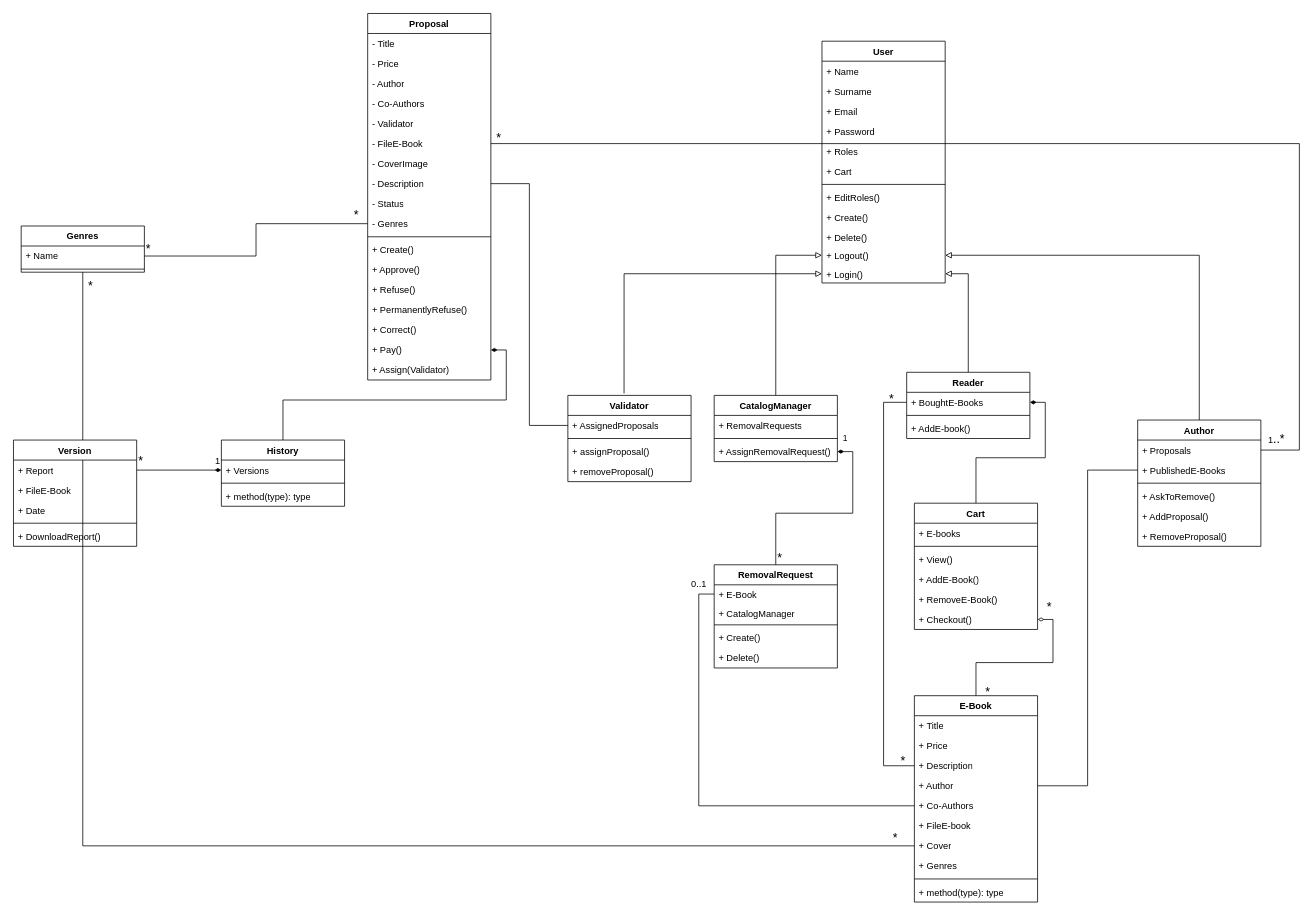
Before: Deliverables/ClassDiagram.drawio in Dabi1290/BookVerse, a draw.io diagram. Source tidied: cells renumbered, new cells numbered last; positions are measured from the earlier drawing's top-left corner, leaving out a move shared by most shapes. Both pictures are drawn from the tidied source at 77%, with x=0, y=0 at pixel (13, 13).
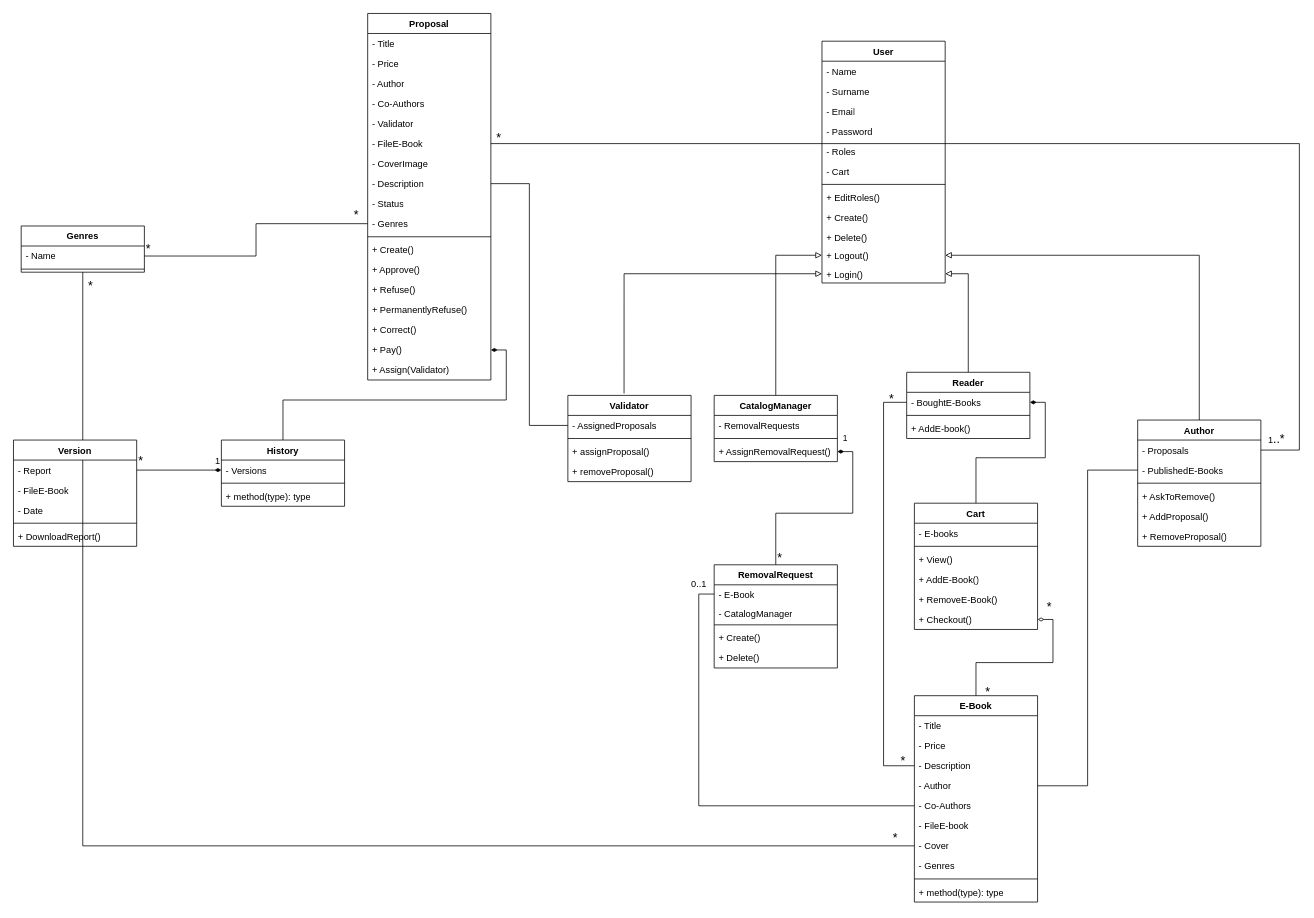
After the change.

The change refers to these unchanged cells:
```xml
<mxCell id="21" value="History" style="swimlane;fontStyle=1;align=center;verticalAlign=top;horizontal=1;startSize=26;whiteSpace=wrap;html=1;" parent="1" vertex="1">
  <mxGeometry x="270" y="554" width="160" height="86" as="geometry" />
</mxCell>
<mxCell id="25" value="Cart" style="swimlane;fontStyle=1;align=center;verticalAlign=top;horizontal=1;startSize=26;whiteSpace=wrap;html=1;" parent="1" vertex="1">
  <mxGeometry x="1170" y="636" width="160" height="164" as="geometry" />
</mxCell>
<mxCell id="32" value="E-Book" style="swimlane;fontStyle=1;align=center;verticalAlign=top;horizontal=1;startSize=26;whiteSpace=wrap;html=1;" parent="1" vertex="1">
  <mxGeometry x="1170" y="886" width="160" height="268" as="geometry" />
</mxCell>
<mxCell id="43" value="RemovalRequest" style="swimlane;fontStyle=1;align=center;verticalAlign=top;horizontal=1;startSize=26;whiteSpace=wrap;html=1;" parent="1" vertex="1">
  <mxGeometry x="910" y="716" width="160" height="134" as="geometry" />
</mxCell>
<mxCell id="50" value="Genres" style="swimlane;fontStyle=1;align=center;verticalAlign=top;horizontal=1;startSize=26;whiteSpace=wrap;html=1;" parent="1" vertex="1">
  <mxGeometry x="10" y="276" width="160" height="60" as="geometry" />
</mxCell>
<mxCell id="53" value="Version" style="swimlane;fontStyle=1;align=center;verticalAlign=top;horizontal=1;startSize=26;whiteSpace=wrap;html=1;" parent="1" vertex="1">
  <mxGeometry y="554" width="160" height="138" as="geometry" />
</mxCell>
<mxCell id="59" value="User" style="swimlane;fontStyle=1;align=center;verticalAlign=top;horizontal=1;startSize=26;whiteSpace=wrap;html=1;" parent="1" vertex="1">
  <mxGeometry x="1050" y="36" width="160" height="314" as="geometry" />
</mxCell>
<mxCell id="77" value="Validator" style="swimlane;fontStyle=1;align=center;verticalAlign=top;horizontal=1;startSize=26;whiteSpace=wrap;html=1;" parent="1" vertex="1">
  <mxGeometry x="720" y="496" width="160" height="112" as="geometry" />
</mxCell>
<mxCell id="82" value="Reader" style="swimlane;fontStyle=1;align=center;verticalAlign=top;horizontal=1;startSize=26;whiteSpace=wrap;html=1;" parent="1" vertex="1">
  <mxGeometry x="1160" y="466" width="160" height="86" as="geometry" />
</mxCell>
<mxCell id="86" value="Author" style="swimlane;fontStyle=1;align=center;verticalAlign=top;horizontal=1;startSize=26;whiteSpace=wrap;html=1;" parent="1" vertex="1">
  <mxGeometry x="1460" y="528" width="160" height="164" as="geometry" />
</mxCell>
<mxCell id="94" value="CatalogManager" style="swimlane;fontStyle=1;align=center;verticalAlign=top;horizontal=1;startSize=26;whiteSpace=wrap;html=1;" parent="1" vertex="1">
  <mxGeometry x="910" y="496" width="160" height="86" as="geometry" />
</mxCell>
```

The edit, as a diff of the source:
```diff
@@
-    <mxCell id="22" value="+ Versions" style="text;strokeColor=none;fillColor=none;align=left;verticalAlign=top;spacingLeft=4;spacingRight=4;overflow=hidden;points=[[0,0.5],[1,0.5]];portConstraint=eastwest;whiteSpace=wrap;html=1;" parent="21" vertex="1">
+    <mxCell id="22" value="- Versions" style="text;strokeColor=none;fillColor=none;align=left;verticalAlign=top;spacingLeft=4;spacingRight=4;overflow=hidden;points=[[0,0.5],[1,0.5]];portConstraint=eastwest;whiteSpace=wrap;html=1;" parent="21" vertex="1">
       <mxGeometry y="26" width="160" height="26" as="geometry" />
     </mxCell>
@@
-    <mxCell id="26" value="+ E-books" style="text;strokeColor=none;fillColor=none;align=left;verticalAlign=top;spacingLeft=4;spacingRight=4;overflow=hidden;whiteSpace=wrap;html=1;" parent="25" vertex="1">
+    <mxCell id="26" value="- E-books" style="text;strokeColor=none;fillColor=none;align=left;verticalAlign=top;spacingLeft=4;spacingRight=4;overflow=hidden;whiteSpace=wrap;html=1;" parent="25" vertex="1">
       <mxGeometry y="26" width="160" height="26" as="geometry" />
     </mxCell>
@@
-    <mxCell id="33" value="+ Title" style="text;strokeColor=none;fillColor=none;align=left;verticalAlign=top;spacingLeft=4;spacingRight=4;overflow=hidden;whiteSpace=wrap;html=1;" parent="32" vertex="1">
+    <mxCell id="33" value="- Title" style="text;strokeColor=none;fillColor=none;align=left;verticalAlign=top;spacingLeft=4;spacingRight=4;overflow=hidden;whiteSpace=wrap;html=1;" parent="32" vertex="1">
       <mxGeometry y="26" width="160" height="26" as="geometry" />
     </mxCell>
-    <mxCell id="34" value="+ Price" style="text;strokeColor=none;fillColor=none;align=left;verticalAlign=top;spacingLeft=4;spacingRight=4;overflow=hidden;whiteSpace=wrap;html=1;" parent="32" vertex="1">
+    <mxCell id="34" value="- Price" style="text;strokeColor=none;fillColor=none;align=left;verticalAlign=top;spacingLeft=4;spacingRight=4;overflow=hidden;whiteSpace=wrap;html=1;" parent="32" vertex="1">
       <mxGeometry y="52" width="160" height="26" as="geometry" />
     </mxCell>
-    <mxCell id="35" value="+ Description" style="text;strokeColor=none;fillColor=none;align=left;verticalAlign=top;spacingLeft=4;spacingRight=4;overflow=hidden;points=[[0,0.5],[1,0.5]];portConstraint=eastwest;whiteSpace=wrap;html=1;" parent="32" vertex="1">
+    <mxCell id="35" value="- Description" style="text;strokeColor=none;fillColor=none;align=left;verticalAlign=top;spacingLeft=4;spacingRight=4;overflow=hidden;points=[[0,0.5],[1,0.5]];portConstraint=eastwest;whiteSpace=wrap;html=1;" parent="32" vertex="1">
       <mxGeometry y="78" width="160" height="26" as="geometry" />
     </mxCell>
-    <mxCell id="36" value="+ Author" style="text;strokeColor=none;fillColor=none;align=left;verticalAlign=top;spacingLeft=4;spacingRight=4;overflow=hidden;points=[[0,0.5],[1,0.5]];portConstraint=eastwest;whiteSpace=wrap;html=1;" parent="32" vertex="1">
+    <mxCell id="36" value="- Author" style="text;strokeColor=none;fillColor=none;align=left;verticalAlign=top;spacingLeft=4;spacingRight=4;overflow=hidden;points=[[0,0.5],[1,0.5]];portConstraint=eastwest;whiteSpace=wrap;html=1;" parent="32" vertex="1">
       <mxGeometry y="104" width="160" height="26" as="geometry" />
     </mxCell>
-    <mxCell id="37" value="+ Co-Authors" style="text;strokeColor=none;fillColor=none;align=left;verticalAlign=top;spacingLeft=4;spacingRight=4;overflow=hidden;points=[[0,0.5],[1,0.5]];portConstraint=eastwest;whiteSpace=wrap;html=1;" parent="32" vertex="1">
+    <mxCell id="37" value="- Co-Authors" style="text;strokeColor=none;fillColor=none;align=left;verticalAlign=top;spacingLeft=4;spacingRight=4;overflow=hidden;points=[[0,0.5],[1,0.5]];portConstraint=eastwest;whiteSpace=wrap;html=1;" parent="32" vertex="1">
       <mxGeometry y="130" width="160" height="26" as="geometry" />
     </mxCell>
-    <mxCell id="38" value="+ FileE-book" style="text;strokeColor=none;fillColor=none;align=left;verticalAlign=top;spacingLeft=4;spacingRight=4;overflow=hidden;whiteSpace=wrap;html=1;" parent="32" vertex="1">
+    <mxCell id="38" value="- FileE-book" style="text;strokeColor=none;fillColor=none;align=left;verticalAlign=top;spacingLeft=4;spacingRight=4;overflow=hidden;whiteSpace=wrap;html=1;" parent="32" vertex="1">
       <mxGeometry y="156" width="160" height="26" as="geometry" />
     </mxCell>
-    <mxCell id="39" value="+ Cover" style="text;strokeColor=none;fillColor=none;align=left;verticalAlign=top;spacingLeft=4;spacingRight=4;overflow=hidden;points=[[0,0.5],[1,0.5]];portConstraint=eastwest;whiteSpace=wrap;html=1;" parent="32" vertex="1">
+    <mxCell id="39" value="- Cover" style="text;strokeColor=none;fillColor=none;align=left;verticalAlign=top;spacingLeft=4;spacingRight=4;overflow=hidden;points=[[0,0.5],[1,0.5]];portConstraint=eastwest;whiteSpace=wrap;html=1;" parent="32" vertex="1">
       <mxGeometry y="182" width="160" height="26" as="geometry" />
     </mxCell>
-    <mxCell id="40" value="+ Genres" style="text;strokeColor=none;fillColor=none;align=left;verticalAlign=top;spacingLeft=4;spacingRight=4;overflow=hidden;whiteSpace=wrap;html=1;" parent="32" vertex="1">
+    <mxCell id="40" value="- Genres" style="text;strokeColor=none;fillColor=none;align=left;verticalAlign=top;spacingLeft=4;spacingRight=4;overflow=hidden;whiteSpace=wrap;html=1;" parent="32" vertex="1">
       <mxGeometry y="208" width="160" height="26" as="geometry" />
     </mxCell>
@@
-    <mxCell id="44" value="+ E-Book" style="text;strokeColor=none;fillColor=none;align=left;verticalAlign=top;spacingLeft=4;spacingRight=4;overflow=hidden;points=[[0,0.5],[1,0.5]];portConstraint=eastwest;whiteSpace=wrap;html=1;" parent="43" vertex="1">
+    <mxCell id="44" value="- E-Book" style="text;strokeColor=none;fillColor=none;align=left;verticalAlign=top;spacingLeft=4;spacingRight=4;overflow=hidden;points=[[0,0.5],[1,0.5]];portConstraint=eastwest;whiteSpace=wrap;html=1;" parent="43" vertex="1">
       <mxGeometry y="26" width="160" height="24" as="geometry" />
     </mxCell>
-    <mxCell id="45" value="+ CatalogManager" style="text;strokeColor=none;fillColor=none;align=left;verticalAlign=top;spacingLeft=4;spacingRight=4;overflow=hidden;whiteSpace=wrap;html=1;" parent="43" vertex="1">
+    <mxCell id="45" value="- CatalogManager" style="text;strokeColor=none;fillColor=none;align=left;verticalAlign=top;spacingLeft=4;spacingRight=4;overflow=hidden;whiteSpace=wrap;html=1;" parent="43" vertex="1">
       <mxGeometry y="50" width="160" height="24" as="geometry" />
     </mxCell>
@@
-    <mxCell id="51" value="+ Name" style="text;strokeColor=none;fillColor=none;align=left;verticalAlign=top;spacingLeft=4;spacingRight=4;overflow=hidden;points=[[0,0.5],[1,0.5]];portConstraint=eastwest;whiteSpace=wrap;html=1;" parent="50" vertex="1">
+    <mxCell id="51" value="- Name" style="text;strokeColor=none;fillColor=none;align=left;verticalAlign=top;spacingLeft=4;spacingRight=4;overflow=hidden;points=[[0,0.5],[1,0.5]];portConstraint=eastwest;whiteSpace=wrap;html=1;" parent="50" vertex="1">
       <mxGeometry y="26" width="160" height="26" as="geometry" />
     </mxCell>
@@
-    <mxCell id="54" value="+ Report" style="text;strokeColor=none;fillColor=none;align=left;verticalAlign=top;spacingLeft=4;spacingRight=4;overflow=hidden;points=[[0,0.5],[1,0.5]];portConstraint=eastwest;whiteSpace=wrap;html=1;" parent="53" vertex="1">
+    <mxCell id="54" value="- Report" style="text;strokeColor=none;fillColor=none;align=left;verticalAlign=top;spacingLeft=4;spacingRight=4;overflow=hidden;points=[[0,0.5],[1,0.5]];portConstraint=eastwest;whiteSpace=wrap;html=1;" parent="53" vertex="1">
       <mxGeometry y="26" width="160" height="26" as="geometry" />
     </mxCell>
-    <mxCell id="55" value="+ FileE-Book" style="text;strokeColor=none;fillColor=none;align=left;verticalAlign=top;spacingLeft=4;spacingRight=4;overflow=hidden;whiteSpace=wrap;html=1;" parent="53" vertex="1">
+    <mxCell id="55" value="- FileE-Book" style="text;strokeColor=none;fillColor=none;align=left;verticalAlign=top;spacingLeft=4;spacingRight=4;overflow=hidden;whiteSpace=wrap;html=1;" parent="53" vertex="1">
       <mxGeometry y="52" width="160" height="26" as="geometry" />
     </mxCell>
-    <mxCell id="56" value="+ Date" style="text;strokeColor=none;fillColor=none;align=left;verticalAlign=top;spacingLeft=4;spacingRight=4;overflow=hidden;whiteSpace=wrap;html=1;" parent="53" vertex="1">
+    <mxCell id="56" value="- Date" style="text;strokeColor=none;fillColor=none;align=left;verticalAlign=top;spacingLeft=4;spacingRight=4;overflow=hidden;whiteSpace=wrap;html=1;" parent="53" vertex="1">
       <mxGeometry y="78" width="160" height="26" as="geometry" />
     </mxCell>
@@
-    <mxCell id="60" value="+ Name" style="text;strokeColor=none;fillColor=none;align=left;verticalAlign=top;spacingLeft=4;spacingRight=4;overflow=hidden;whiteSpace=wrap;html=1;" parent="59" vertex="1">
+    <mxCell id="60" value="- Name" style="text;strokeColor=none;fillColor=none;align=left;verticalAlign=top;spacingLeft=4;spacingRight=4;overflow=hidden;whiteSpace=wrap;html=1;" parent="59" vertex="1">
       <mxGeometry y="26" width="160" height="26" as="geometry" />
     </mxCell>
-    <mxCell id="61" value="+ Surname" style="text;strokeColor=none;fillColor=none;align=left;verticalAlign=top;spacingLeft=4;spacingRight=4;overflow=hidden;whiteSpace=wrap;html=1;" parent="59" vertex="1">
+    <mxCell id="61" value="- Surname" style="text;strokeColor=none;fillColor=none;align=left;verticalAlign=top;spacingLeft=4;spacingRight=4;overflow=hidden;whiteSpace=wrap;html=1;" parent="59" vertex="1">
       <mxGeometry y="52" width="160" height="26" as="geometry" />
     </mxCell>
-    <mxCell id="62" value="+ Email" style="text;strokeColor=none;fillColor=none;align=left;verticalAlign=top;spacingLeft=4;spacingRight=4;overflow=hidden;whiteSpace=wrap;html=1;" parent="59" vertex="1">
+    <mxCell id="62" value="- Email" style="text;strokeColor=none;fillColor=none;align=left;verticalAlign=top;spacingLeft=4;spacingRight=4;overflow=hidden;whiteSpace=wrap;html=1;" parent="59" vertex="1">
       <mxGeometry y="78" width="160" height="26" as="geometry" />
     </mxCell>
-    <mxCell id="63" value="+ Password" style="text;strokeColor=none;fillColor=none;align=left;verticalAlign=top;spacingLeft=4;spacingRight=4;overflow=hidden;whiteSpace=wrap;html=1;" parent="59" vertex="1">
+    <mxCell id="63" value="- Password" style="text;strokeColor=none;fillColor=none;align=left;verticalAlign=top;spacingLeft=4;spacingRight=4;overflow=hidden;whiteSpace=wrap;html=1;" parent="59" vertex="1">
       <mxGeometry y="104" width="160" height="26" as="geometry" />
     </mxCell>
-    <mxCell id="64" value="+ Roles" style="text;strokeColor=none;fillColor=none;align=left;verticalAlign=top;spacingLeft=4;spacingRight=4;overflow=hidden;whiteSpace=wrap;html=1;" parent="59" vertex="1">
+    <mxCell id="64" value="- Roles" style="text;strokeColor=none;fillColor=none;align=left;verticalAlign=top;spacingLeft=4;spacingRight=4;overflow=hidden;whiteSpace=wrap;html=1;" parent="59" vertex="1">
       <mxGeometry y="130" width="160" height="26" as="geometry" />
     </mxCell>
-    <mxCell id="65" value="+ Cart" style="text;strokeColor=none;fillColor=none;align=left;verticalAlign=top;spacingLeft=4;spacingRight=4;overflow=hidden;whiteSpace=wrap;html=1;" parent="59" vertex="1">
+    <mxCell id="65" value="- Cart" style="text;strokeColor=none;fillColor=none;align=left;verticalAlign=top;spacingLeft=4;spacingRight=4;overflow=hidden;whiteSpace=wrap;html=1;" parent="59" vertex="1">
       <mxGeometry y="156" width="160" height="26" as="geometry" />
     </mxCell>
@@
-    <mxCell id="78" value="+ AssignedProposals" style="text;strokeColor=none;fillColor=none;align=left;verticalAlign=top;spacingLeft=4;spacingRight=4;overflow=hidden;points=[[0,0.5],[1,0.5]];portConstraint=eastwest;whiteSpace=wrap;html=1;" parent="77" vertex="1">
+    <mxCell id="78" value="- AssignedProposals" style="text;strokeColor=none;fillColor=none;align=left;verticalAlign=top;spacingLeft=4;spacingRight=4;overflow=hidden;points=[[0,0.5],[1,0.5]];portConstraint=eastwest;whiteSpace=wrap;html=1;" parent="77" vertex="1">
       <mxGeometry y="26" width="160" height="26" as="geometry" />
     </mxCell>
@@
-    <mxCell id="83" value="+ BoughtE-Books" style="text;strokeColor=none;fillColor=none;align=left;verticalAlign=top;spacingLeft=4;spacingRight=4;overflow=hidden;points=[[0,0.5],[1,0.5]];portConstraint=eastwest;whiteSpace=wrap;html=1;" parent="82" vertex="1">
+    <mxCell id="83" value="- BoughtE-Books" style="text;strokeColor=none;fillColor=none;align=left;verticalAlign=top;spacingLeft=4;spacingRight=4;overflow=hidden;points=[[0,0.5],[1,0.5]];portConstraint=eastwest;whiteSpace=wrap;html=1;" parent="82" vertex="1">
       <mxGeometry y="26" width="160" height="26" as="geometry" />
     </mxCell>
@@
-    <mxCell id="87" value="+ Proposals" style="text;strokeColor=none;fillColor=none;align=left;verticalAlign=top;spacingLeft=4;spacingRight=4;overflow=hidden;points=[[0,0.5],[1,0.5]];portConstraint=eastwest;whiteSpace=wrap;html=1;" parent="86" vertex="1">
+    <mxCell id="87" value="- Proposals" style="text;strokeColor=none;fillColor=none;align=left;verticalAlign=top;spacingLeft=4;spacingRight=4;overflow=hidden;points=[[0,0.5],[1,0.5]];portConstraint=eastwest;whiteSpace=wrap;html=1;" parent="86" vertex="1">
       <mxGeometry y="26" width="160" height="26" as="geometry" />
     </mxCell>
-    <mxCell id="88" value="+ PublishedE-Books" style="text;strokeColor=none;fillColor=none;align=left;verticalAlign=top;spacingLeft=4;spacingRight=4;overflow=hidden;points=[[0,0.5],[1,0.5]];portConstraint=eastwest;whiteSpace=wrap;html=1;" parent="86" vertex="1">
+    <mxCell id="88" value="- PublishedE-Books" style="text;strokeColor=none;fillColor=none;align=left;verticalAlign=top;spacingLeft=4;spacingRight=4;overflow=hidden;points=[[0,0.5],[1,0.5]];portConstraint=eastwest;whiteSpace=wrap;html=1;" parent="86" vertex="1">
       <mxGeometry y="52" width="160" height="26" as="geometry" />
     </mxCell>
@@
-    <mxCell id="95" value="+ RemovalRequests" style="text;strokeColor=none;fillColor=none;align=left;verticalAlign=top;spacingLeft=4;spacingRight=4;overflow=hidden;whiteSpace=wrap;html=1;" parent="94" vertex="1">
+    <mxCell id="95" value="- RemovalRequests" style="text;strokeColor=none;fillColor=none;align=left;verticalAlign=top;spacingLeft=4;spacingRight=4;overflow=hidden;whiteSpace=wrap;html=1;" parent="94" vertex="1">
       <mxGeometry y="26" width="160" height="26" as="geometry" />
     </mxCell>
```
